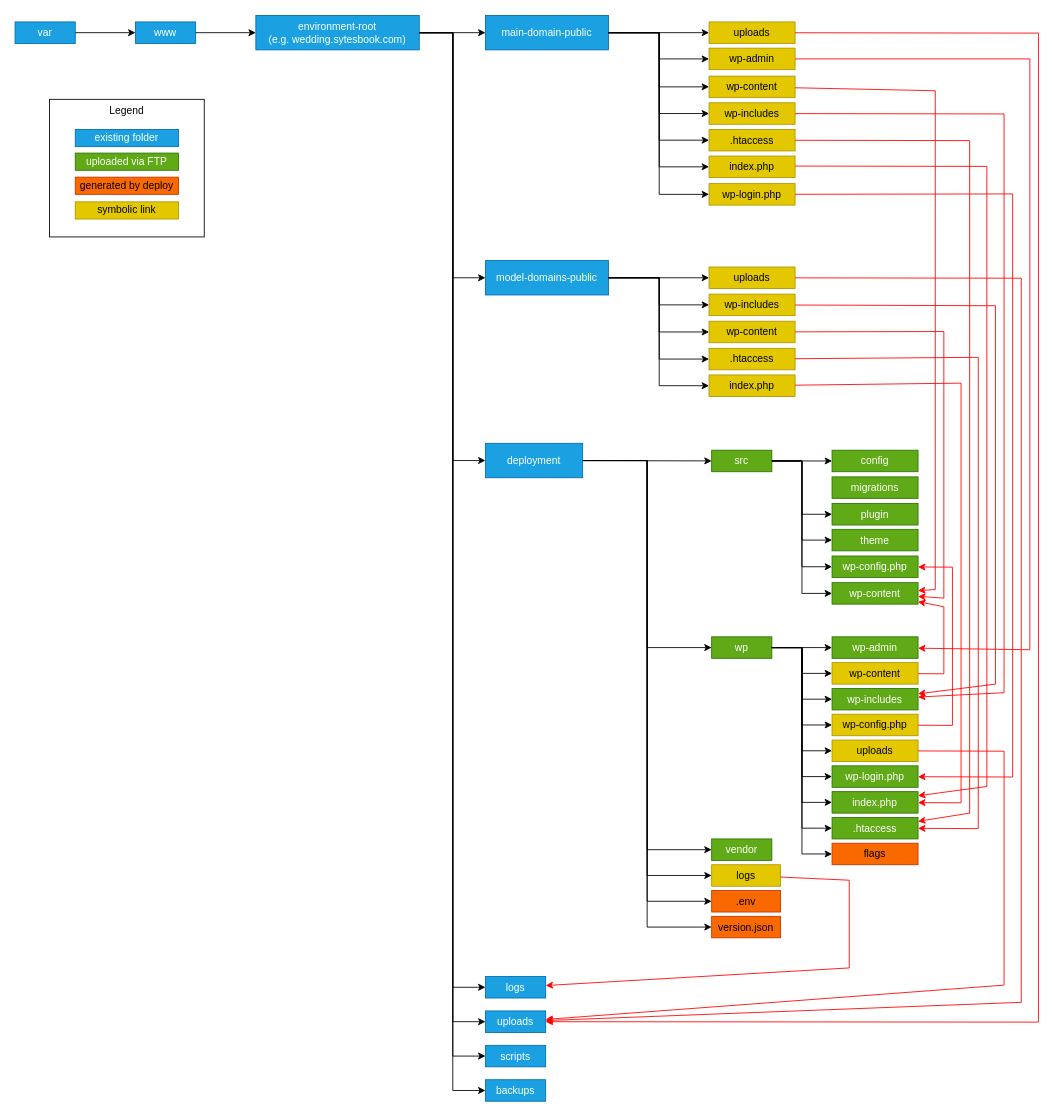
dkuratowski/sytesbook-wpwedding-deploy keeps this draw.io diagram as docs/resources/sytesbook.wpwedding.deploy.drawio. Above is the earlier version. Source tidied: cells renumbered, new cells numbered last; positions are measured from the earlier drawing's top-left corner, leaving out a move shared by most shapes. Both pictures are drawn from the tidied source at 86%, with x=0, y=0 at pixel (15, 15).
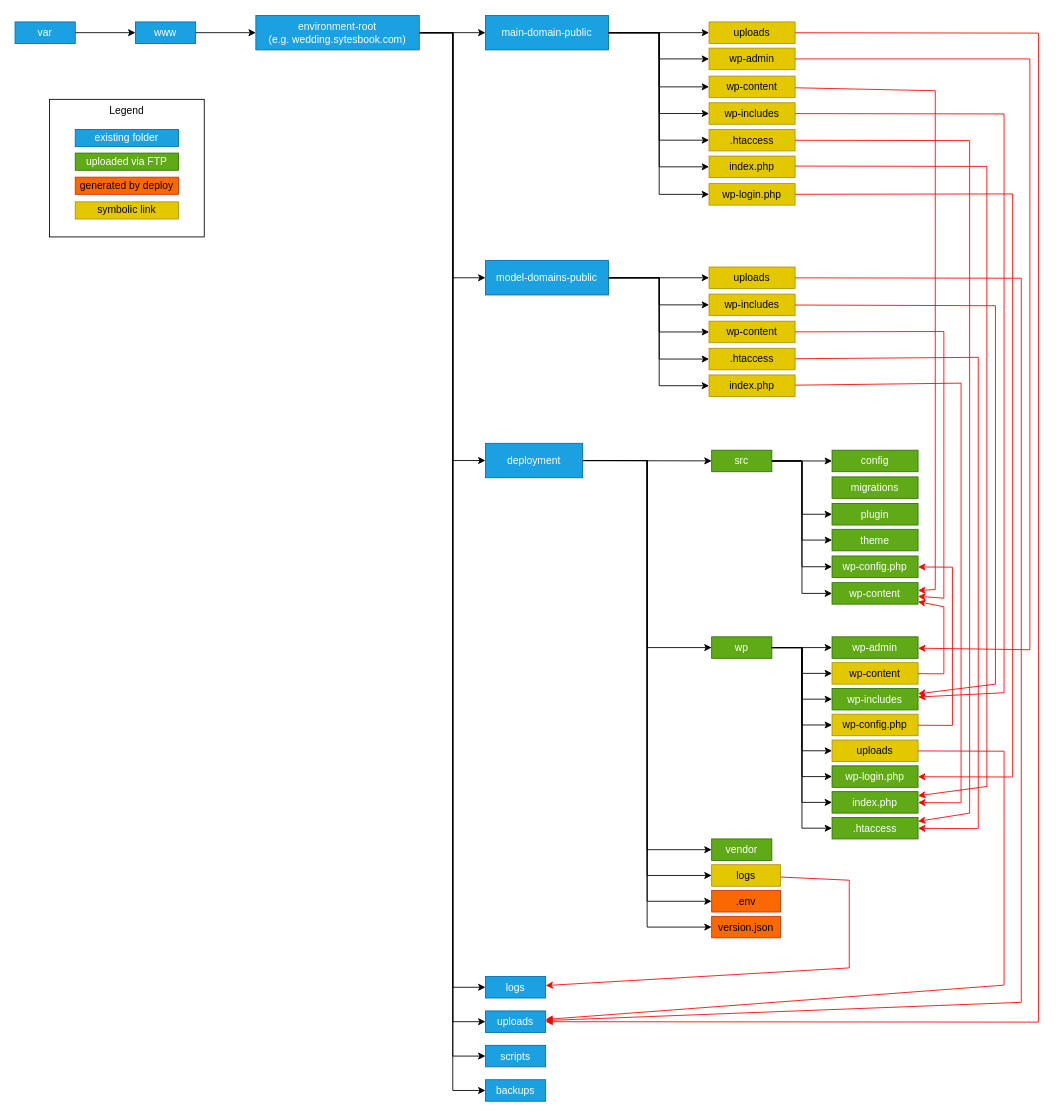
The same diagram, later.

Commit message (it also covers changes not shown here):
Remove creation of `flags` folder

The change refers to these unchanged cells:
```xml
<mxCell id="2" value="wp" style="rounded=0;whiteSpace=wrap;html=1;fillColor=#60a917;fontColor=#ffffff;strokeColor=#2D7600;" parent="1" vertex="1">
  <mxGeometry x="810" y="723" width="70" height="25" as="geometry" />
</mxCell>
```

Change to the diagram source:
```diff
@@
-    <mxCell id="102" value="flags" style="rounded=0;whiteSpace=wrap;html=1;fillColor=#fa6800;strokeColor=#C73500;fontColor=#000000;" parent="1" vertex="1">
-      <mxGeometry x="950" y="963" width="100" height="25" as="geometry" />
-    </mxCell>
-    <mxCell id="103" style="endArrow=classic;html=1;rounded=0;edgeStyle=elbowEdgeStyle;" parent="1" edge="1" source="2" target="102">
-      <mxGeometry relative="1" as="geometry" />
-    </mxCell>
```
